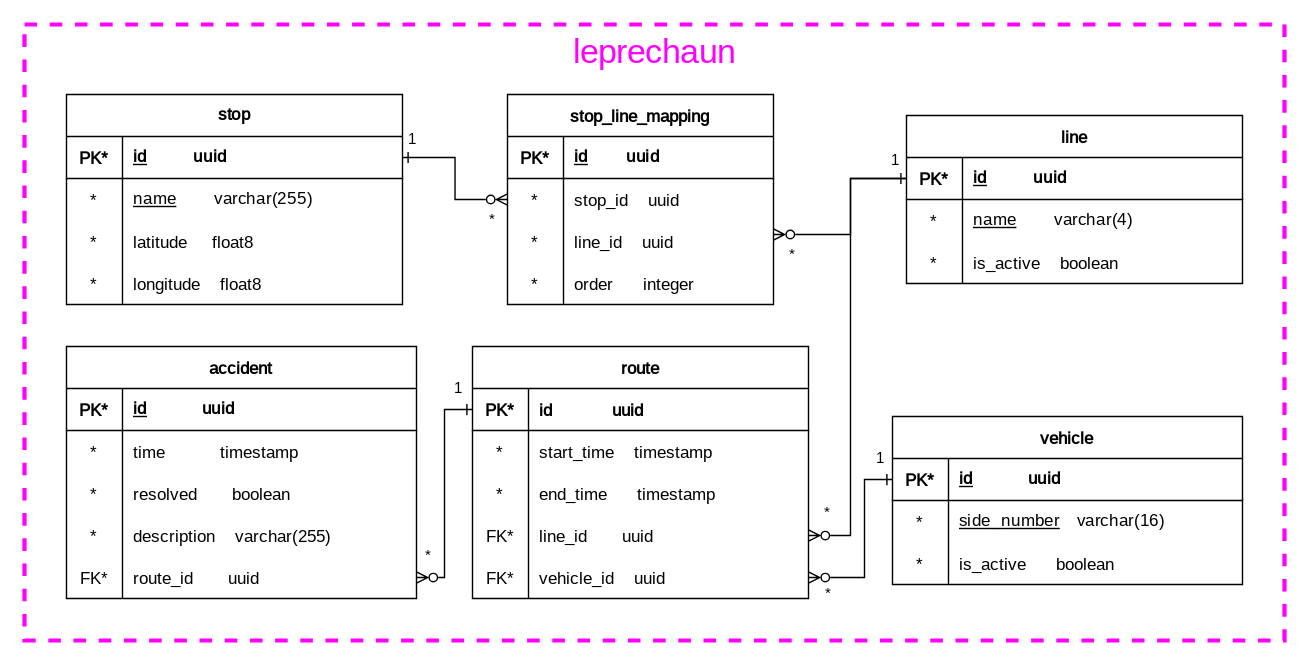
The draw.io diagram documentation/course/e2/images/database-diagram-leprechaun.drawio.svg in PWR-ACS-SE-24/SoftwareSystemDesign, before a commit. Source tidied: cells renumbered, new cells last; positions are measured from the earlier drawing's top-left corner, leaving out a move shared by most shapes.
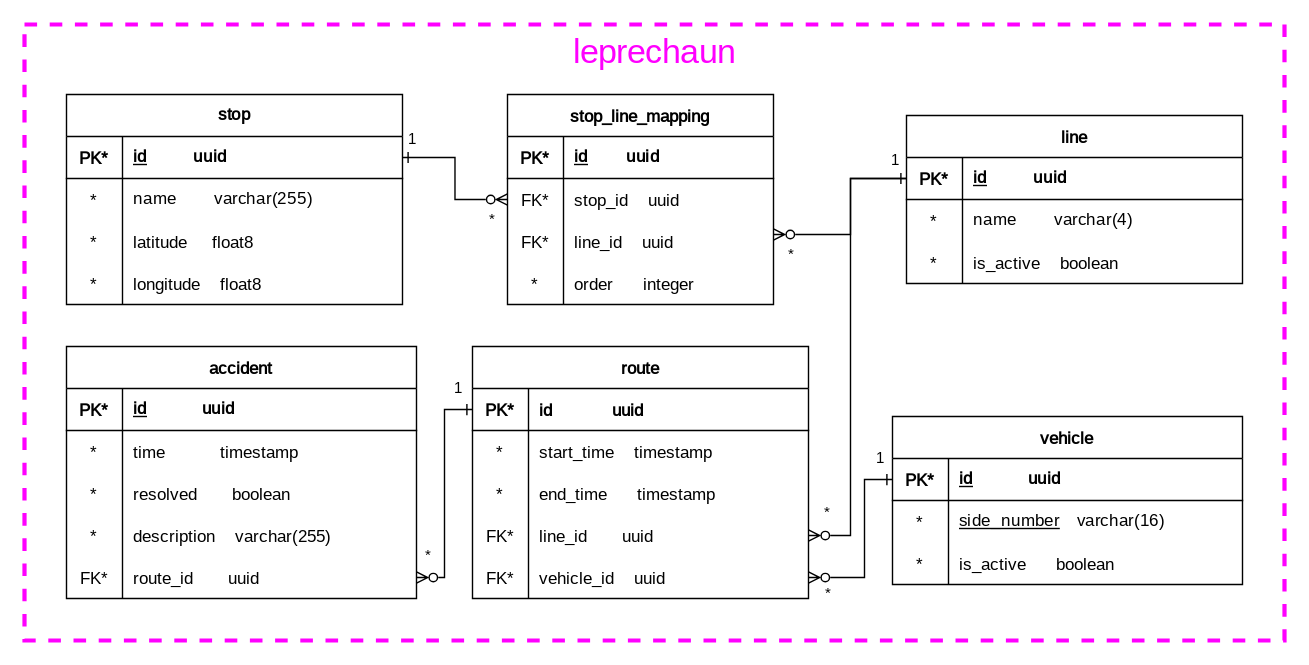
After the change.

The edit, as a diff of the source:
```diff
@@ -56,7 +56,7 @@
     <mxCell id="19" value="*" style="shape=partialRectangle;overflow=hidden;fillColor=none;strokeColor=inherit;top=0;left=0;bottom=0;right=0;fontFamily=JetBrains Mono;fontSource=https%3A%2F%2Ffonts.googleapis.com%2Fcss%3Ffamily%3DJetBrains%2BMono;" parent="18" vertex="1">
       <mxGeometry width="40" height="30" as="geometry" />
     </mxCell>
-    <mxCell id="20" value="&lt;u&gt;name&lt;/u&gt;&amp;nbsp;&amp;nbsp;&amp;nbsp;&amp;nbsp;&amp;nbsp;&amp;nbsp; &amp;nbsp; varchar(255)" style="shape=partialRectangle;overflow=hidden;fillColor=none;align=left;strokeColor=inherit;top=0;left=0;bottom=0;right=0;spacingLeft=6;fontFamily=JetBrains Mono;fontSource=https%3A%2F%2Ffonts.googleapis.com%2Fcss%3Ffamily%3DJetBrains%2BMono;fontStyle=0;html=1;" parent="18" vertex="1">
+    <mxCell id="20" value="name&amp;nbsp;&amp;nbsp;&amp;nbsp;&amp;nbsp;&amp;nbsp;&amp;nbsp; &amp;nbsp; varchar(255)" style="shape=partialRectangle;overflow=hidden;fillColor=none;align=left;strokeColor=inherit;top=0;left=0;bottom=0;right=0;spacingLeft=6;fontFamily=JetBrains Mono;fontSource=https%3A%2F%2Ffonts.googleapis.com%2Fcss%3Ffamily%3DJetBrains%2BMono;fontStyle=0;html=1;" parent="18" vertex="1">
       <mxGeometry x="40" width="200" height="30" as="geometry" />
     </mxCell>
     <mxCell id="21" style="shape=tableRow;horizontal=0;startSize=0;swimlaneHead=0;swimlaneBody=0;fillColor=none;strokeColor=inherit;top=0;left=0;right=0;bottom=0;fontFamily=JetBrains Mono;fontSource=https%3A%2F%2Ffonts.googleapis.com%2Fcss%3Ffamily%3DJetBrains%2BMono;" parent="14" vertex="1">
@@ -95,7 +95,7 @@
     <mxCell id="32" value="*" style="shape=partialRectangle;overflow=hidden;fillColor=none;strokeColor=inherit;top=0;left=0;bottom=0;right=0;fontFamily=JetBrains Mono;fontSource=https%3A%2F%2Ffonts.googleapis.com%2Fcss%3Ffamily%3DJetBrains%2BMono;" parent="31" vertex="1">
       <mxGeometry width="40" height="30" as="geometry" />
     </mxCell>
-    <mxCell id="33" value="&lt;u&gt;name&lt;/u&gt;&amp;nbsp;&amp;nbsp;&amp;nbsp;&amp;nbsp;&amp;nbsp; &amp;nbsp;&amp;nbsp; varchar(4)" style="shape=partialRectangle;overflow=hidden;fillColor=none;align=left;strokeColor=inherit;top=0;left=0;bottom=0;right=0;spacingLeft=6;fontFamily=JetBrains Mono;fontSource=https%3A%2F%2Ffonts.googleapis.com%2Fcss%3Ffamily%3DJetBrains%2BMono;html=1;" parent="31" vertex="1">
+    <mxCell id="33" value="name&amp;nbsp;&amp;nbsp;&amp;nbsp;&amp;nbsp;&amp;nbsp; &amp;nbsp;&amp;nbsp; varchar(4)" style="shape=partialRectangle;overflow=hidden;fillColor=none;align=left;strokeColor=inherit;top=0;left=0;bottom=0;right=0;spacingLeft=6;fontFamily=JetBrains Mono;fontSource=https%3A%2F%2Ffonts.googleapis.com%2Fcss%3Ffamily%3DJetBrains%2BMono;html=1;" parent="31" vertex="1">
       <mxGeometry x="40" width="200" height="30" as="geometry" />
     </mxCell>
     <mxCell id="34" style="shape=tableRow;horizontal=0;startSize=0;swimlaneHead=0;swimlaneBody=0;fillColor=none;strokeColor=inherit;top=0;left=0;right=0;bottom=0;fontFamily=JetBrains Mono;fontSource=https%3A%2F%2Ffonts.googleapis.com%2Fcss%3Ffamily%3DJetBrains%2BMono;" parent="27" vertex="1">
@@ -280,7 +280,7 @@
     <mxCell id="85" style="shape=tableRow;horizontal=0;startSize=0;swimlaneHead=0;swimlaneBody=0;fillColor=none;points=[[0,0.5],[1,0.5]];portConstraint=eastwest;strokeColor=inherit;top=0;left=0;right=0;bottom=0;fontFamily=JetBrains Mono;fontSource=https%3A%2F%2Ffonts.googleapis.com%2Fcss%3Ffamily%3DJetBrains%2BMono;" parent="81" vertex="1">
       <mxGeometry y="60" width="190" height="30" as="geometry" />
     </mxCell>
-    <mxCell id="86" value="*" style="shape=partialRectangle;overflow=hidden;fillColor=none;strokeColor=inherit;top=0;left=0;bottom=0;right=0;fontFamily=JetBrains Mono;fontSource=https%3A%2F%2Ffonts.googleapis.com%2Fcss%3Ffamily%3DJetBrains%2BMono;" parent="85" vertex="1">
+    <mxCell id="86" value="FK*" style="shape=partialRectangle;overflow=hidden;fillColor=none;strokeColor=inherit;top=0;left=0;bottom=0;right=0;fontFamily=JetBrains Mono;fontSource=https%3A%2F%2Ffonts.googleapis.com%2Fcss%3Ffamily%3DJetBrains%2BMono;" parent="85" vertex="1">
       <mxGeometry width="40" height="30" as="geometry" />
     </mxCell>
     <mxCell id="87" value="stop_id    uuid" style="shape=partialRectangle;overflow=hidden;fillColor=none;align=left;strokeColor=inherit;top=0;left=0;bottom=0;right=0;spacingLeft=6;fontFamily=JetBrains Mono;fontSource=https%3A%2F%2Ffonts.googleapis.com%2Fcss%3Ffamily%3DJetBrains%2BMono;" parent="85" vertex="1">
@@ -289,7 +289,7 @@
     <mxCell id="88" style="shape=tableRow;horizontal=0;startSize=0;swimlaneHead=0;swimlaneBody=0;fillColor=none;points=[[0,0.5],[1,0.5]];portConstraint=eastwest;strokeColor=inherit;top=0;left=0;right=0;bottom=0;fontFamily=JetBrains Mono;fontSource=https%3A%2F%2Ffonts.googleapis.com%2Fcss%3Ffamily%3DJetBrains%2BMono;" parent="81" vertex="1">
       <mxGeometry y="90" width="190" height="30" as="geometry" />
     </mxCell>
-    <mxCell id="89" value="*" style="shape=partialRectangle;overflow=hidden;fillColor=none;strokeColor=inherit;top=0;left=0;bottom=0;right=0;fontFamily=JetBrains Mono;fontSource=https%3A%2F%2Ffonts.googleapis.com%2Fcss%3Ffamily%3DJetBrains%2BMono;" parent="88" vertex="1">
+    <mxCell id="89" value="FK*" style="shape=partialRectangle;overflow=hidden;fillColor=none;strokeColor=inherit;top=0;left=0;bottom=0;right=0;fontFamily=JetBrains Mono;fontSource=https%3A%2F%2Ffonts.googleapis.com%2Fcss%3Ffamily%3DJetBrains%2BMono;" parent="88" vertex="1">
       <mxGeometry width="40" height="30" as="geometry" />
     </mxCell>
     <mxCell id="90" value="line_id    uuid" style="shape=partialRectangle;overflow=hidden;fillColor=none;align=left;strokeColor=inherit;top=0;left=0;bottom=0;right=0;spacingLeft=6;fontFamily=JetBrains Mono;fontSource=https%3A%2F%2Ffonts.googleapis.com%2Fcss%3Ffamily%3DJetBrains%2BMono;" parent="88" vertex="1">
```
